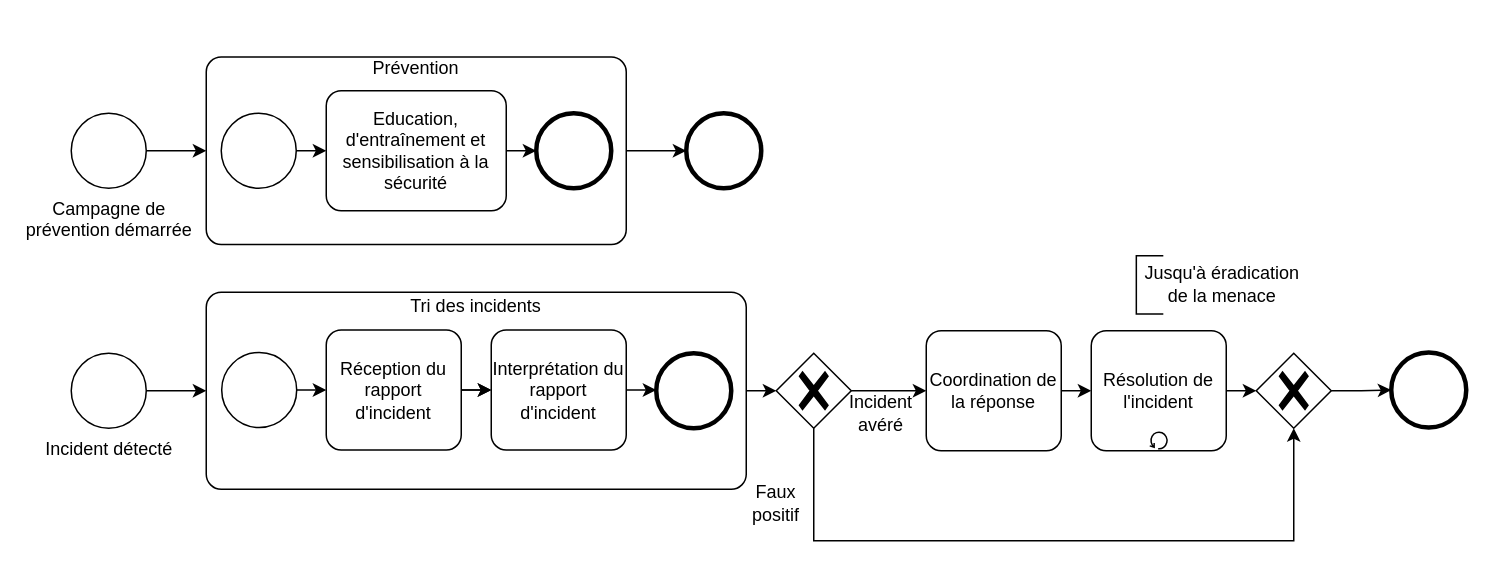
The draw.io diagram standards/RFC2350.drawio in netmme/cyber-diagramme-d-activites, before the edit. Source tidied: cells renumbered, new cells numbered last; positions are measured from the earlier drawing's top-left corner, leaving out a move shared by most shapes. Both pictures are drawn from the tidied source at 150%, with x=0, y=0 at pixel (70, 45).
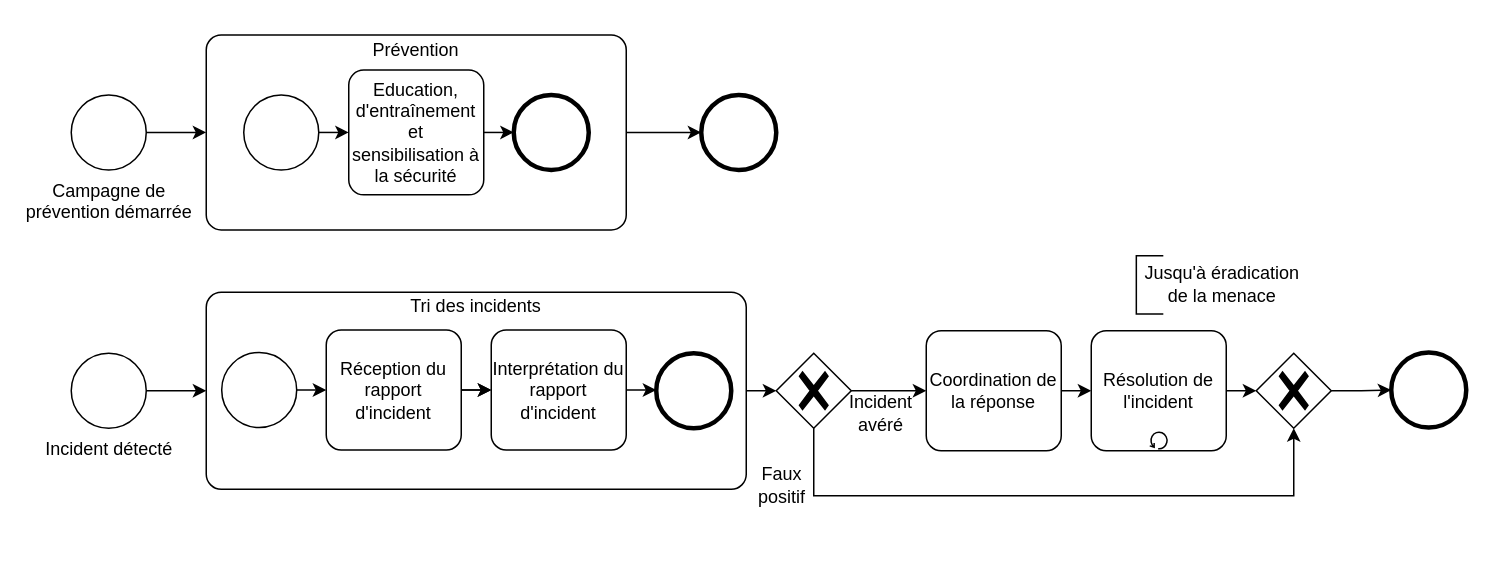
The same page after the edit.

The change refers to these unchanged cells:
```xml
<mxCell id="4" style="points=[[0.25,0.25,0],[0.5,0,0],[0.75,0.25,0],[1,0.5,0],[0.75,0.75,0],[0.5,1,0],[0.25,0.75,0],[0,0.5,0]];shape=mxgraph.bpmn.gateway2;html=1;verticalLabelPosition=bottom;labelBackgroundColor=#ffffff;verticalAlign=top;align=center;perimeter=rhombusPerimeter;outlineConnect=0;outline=none;symbol=none;gwType=exclusive;" parent="1" vertex="1">
  <mxGeometry x="790" y="205" width="50" height="50" as="geometry" />
</mxCell>
<mxCell id="7" style="points=[[0.25,0.25,0],[0.5,0,0],[0.75,0.25,0],[1,0.5,0],[0.75,0.75,0],[0.5,1,0],[0.25,0.75,0],[0,0.5,0]];shape=mxgraph.bpmn.gateway2;html=1;verticalLabelPosition=bottom;labelBackgroundColor=#ffffff;verticalAlign=top;align=center;perimeter=rhombusPerimeter;outlineConnect=0;outline=none;symbol=none;gwType=exclusive;" parent="1" vertex="1">
  <mxGeometry x="470" y="205" width="50" height="50" as="geometry" />
</mxCell>
```

Diff of the diagram source:
```diff
@@
     <mxCell id="5" style="edgeStyle=orthogonalEdgeStyle;rounded=0;jettySize=auto;html=1;exitX=0.5;exitY=1;exitDx=0;exitDy=0;exitPerimeter=0;entryX=0.5;entryY=1;entryDx=0;entryDy=0;entryPerimeter=0;" parent="1" edge="1" source="7" target="4">
       <mxGeometry relative="1" as="geometry">
         <Array as="points">
-          <mxPoint x="495" y="330" />
-          <mxPoint x="815" y="330" />
+          <mxPoint x="495" y="300" />
+          <mxPoint x="815" y="300" />
         </Array>
       </mxGeometry>
     </mxCell>
@@
     <mxCell id="15" value="Faux positif" style="text;html=1;strokeColor=none;fillColor=none;align=center;verticalAlign=middle;whiteSpace=wrap;rounded=0;" parent="1" vertex="1">
-      <mxGeometry x="440" y="290" width="60" height="30" as="geometry" />
+      <mxGeometry x="444" y="278" width="60" height="30" as="geometry" />
     </mxCell>
@@
     <mxCell id="31" style="points=[[0.25,0,0],[0.5,0,0],[0.75,0,0],[1,0.25,0],[1,0.5,0],[1,0.75,0],[0.75,1,0],[0.5,1,0],[0.25,1,0],[0,0.75,0],[0,0.5,0],[0,0.25,0]];shape=mxgraph.bpmn.task;whiteSpace=wrap;rectStyle=rounded;size=10;html=1;taskMarker=abstract;" parent="1" vertex="1">
-      <mxGeometry x="90" y="7.5" width="280" height="125" as="geometry" />
+      <mxGeometry x="90" y="-7.2" width="280" height="130" as="geometry" />
     </mxCell>
+    <mxCell id="39" style="edgeStyle=orthogonalEdgeStyle;rounded=0;jettySize=auto;html=1;exitX=1;exitY=0.5;exitDx=0;exitDy=0;exitPerimeter=0;entryX=0;entryY=0.5;entryDx=0;entryDy=0;entryPerimeter=0;" parent="1" edge="1" source="40" target="31">
+      <mxGeometry relative="1" as="geometry" />
+    </mxCell>
+    <mxCell id="40" value="Campagne de&lt;br&gt;prévention démarrée" style="points=[[0.145,0.145,0],[0.5,0,0],[0.855,0.145,0],[1,0.5,0],[0.855,0.855,0],[0.5,1,0],[0.145,0.855,0],[0,0.5,0]];shape=mxgraph.bpmn.event;html=1;verticalLabelPosition=bottom;labelBackgroundColor=#ffffff;verticalAlign=top;align=center;perimeter=ellipsePerimeter;outlineConnect=0;outline=standard;symbol=general;" parent="1" vertex="1">
+      <mxGeometry y="32.8" width="50" height="50" as="geometry" />
+    </mxCell>
+    <mxCell id="41" style="points=[[0.145,0.145,0],[0.5,0,0],[0.855,0.145,0],[1,0.5,0],[0.855,0.855,0],[0.5,1,0],[0.145,0.855,0],[0,0.5,0]];shape=mxgraph.bpmn.event;html=1;verticalLabelPosition=bottom;labelBackgroundColor=#ffffff;verticalAlign=top;align=center;perimeter=ellipsePerimeter;outlineConnect=0;outline=end;symbol=terminate2;" parent="1" vertex="1">
+      <mxGeometry x="420" y="32.8" width="50" height="50" as="geometry" />
+    </mxCell>
+    <mxCell id="42" style="edgeStyle=orthogonalEdgeStyle;rounded=0;jettySize=auto;html=1;exitX=1;exitY=0.5;exitDx=0;exitDy=0;exitPerimeter=0;entryX=0;entryY=0.5;entryDx=0;entryDy=0;entryPerimeter=0;" parent="1" edge="1" source="31" target="41">
+      <mxGeometry relative="1" as="geometry" />
+    </mxCell>
-    <mxCell id="32" value="&lt;div&gt;Prévention&lt;/div&gt;" style="text;html=1;strokeColor=none;fillColor=none;align=center;verticalAlign=middle;whiteSpace=wrap;rounded=0;" parent="31" vertex="1">
-      <mxGeometry x="95.8" y="-7.5" width="88.4" height="30" as="geometry" />
+    <mxCell id="32" value="&lt;div&gt;Prévention&lt;/div&gt;" style="text;html=1;strokeColor=none;fillColor=none;align=center;verticalAlign=middle;whiteSpace=wrap;rounded=0;" parent="1" vertex="1">
+      <mxGeometry x="185.8" y="-13" width="88.4" height="31.2" as="geometry" />
     </mxCell>
-    <mxCell id="33" style="group;" parent="31" vertex="1">
-      <mxGeometry x="10" y="22.5" width="260" height="80" as="geometry" />
-    </mxCell>
-    <mxCell id="34" style="points=[[0.145,0.145,0],[0.5,0,0],[0.855,0.145,0],[1,0.5,0],[0.855,0.855,0],[0.5,1,0],[0.145,0.855,0],[0,0.5,0]];shape=mxgraph.bpmn.event;html=1;verticalLabelPosition=bottom;labelBackgroundColor=#ffffff;verticalAlign=top;align=center;perimeter=ellipsePerimeter;outlineConnect=0;outline=end;symbol=terminate2;" parent="33" vertex="1">
-      <mxGeometry x="210" y="15" width="50" height="50" as="geometry" />
+    <mxCell id="34" style="points=[[0.145,0.145,0],[0.5,0,0],[0.855,0.145,0],[1,0.5,0],[0.855,0.855,0],[0.5,1,0],[0.145,0.855,0],[0,0.5,0]];shape=mxgraph.bpmn.event;html=1;verticalLabelPosition=bottom;labelBackgroundColor=#ffffff;verticalAlign=top;align=center;perimeter=ellipsePerimeter;outlineConnect=0;outline=end;symbol=terminate2;" parent="1" vertex="1">
+      <mxGeometry x="295" y="32.8" width="50" height="50" as="geometry" />
     </mxCell>
-    <mxCell id="35" style="points=[[0.145,0.145,0],[0.5,0,0],[0.855,0.145,0],[1,0.5,0],[0.855,0.855,0],[0.5,1,0],[0.145,0.855,0],[0,0.5,0]];shape=mxgraph.bpmn.event;html=1;verticalLabelPosition=bottom;labelBackgroundColor=#ffffff;verticalAlign=top;align=center;perimeter=ellipsePerimeter;outlineConnect=0;outline=standard;symbol=general;" parent="33" vertex="1">
-      <mxGeometry y="15" width="50" height="50" as="geometry" />
+    <mxCell id="35" style="points=[[0.145,0.145,0],[0.5,0,0],[0.855,0.145,0],[1,0.5,0],[0.855,0.855,0],[0.5,1,0],[0.145,0.855,0],[0,0.5,0]];shape=mxgraph.bpmn.event;html=1;verticalLabelPosition=bottom;labelBackgroundColor=#ffffff;verticalAlign=top;align=center;perimeter=ellipsePerimeter;outlineConnect=0;outline=standard;symbol=general;" parent="1" vertex="1">
+      <mxGeometry x="115" y="32.8" width="50" height="50" as="geometry" />
     </mxCell>
-    <mxCell id="36" style="edgeStyle=orthogonalEdgeStyle;rounded=0;jettySize=auto;html=1;exitX=1;exitY=0.5;exitDx=0;exitDy=0;exitPerimeter=0;entryX=0;entryY=0.5;entryDx=0;entryDy=0;entryPerimeter=0;" parent="33" edge="1" source="37" target="34">
+    <mxCell id="36" style="edgeStyle=orthogonalEdgeStyle;rounded=0;jettySize=auto;html=1;exitX=1;exitY=0.5;exitDx=0;exitDy=0;exitPerimeter=0;entryX=0;entryY=0.5;entryDx=0;entryDy=0;entryPerimeter=0;" parent="1" edge="1" source="37" target="34">
       <mxGeometry relative="1" as="geometry" />
     </mxCell>
-    <mxCell id="37" value="Education, d'entraînement et sensibilisation à la sécurité" style="points=[[0.25,0,0],[0.5,0,0],[0.75,0,0],[1,0.25,0],[1,0.5,0],[1,0.75,0],[0.75,1,0],[0.5,1,0],[0.25,1,0],[0,0.75,0],[0,0.5,0],[0,0.25,0]];shape=mxgraph.bpmn.task;whiteSpace=wrap;rectStyle=rounded;size=10;html=1;taskMarker=abstract;" parent="33" vertex="1">
-      <mxGeometry x="70" width="120" height="80" as="geometry" />
+    <mxCell id="37" value="Education, d'entraînement et sensibilisation à la sécurité" style="points=[[0.25,0,0],[0.5,0,0],[0.75,0,0],[1,0.25,0],[1,0.5,0],[1,0.75,0],[0.75,1,0],[0.5,1,0],[0.25,1,0],[0,0.75,0],[0,0.5,0],[0,0.25,0]];shape=mxgraph.bpmn.task;whiteSpace=wrap;rectStyle=rounded;size=10;html=1;taskMarker=abstract;" parent="1" vertex="1">
+      <mxGeometry x="185" y="16.2" width="90" height="83.2" as="geometry" />
     </mxCell>
-    <mxCell id="38" style="edgeStyle=orthogonalEdgeStyle;rounded=0;jettySize=auto;html=1;exitX=1;exitY=0.5;exitDx=0;exitDy=0;exitPerimeter=0;entryX=0;entryY=0.5;entryDx=0;entryDy=0;entryPerimeter=0;" parent="33" edge="1" source="35" target="37">
+    <mxCell id="38" style="edgeStyle=orthogonalEdgeStyle;rounded=0;jettySize=auto;html=1;exitX=1;exitY=0.5;exitDx=0;exitDy=0;exitPerimeter=0;entryX=0;entryY=0.5;entryDx=0;entryDy=0;entryPerimeter=0;" parent="1" edge="1" source="35" target="37">
       <mxGeometry relative="1" as="geometry" />
     </mxCell>
-    <mxCell id="39" style="edgeStyle=orthogonalEdgeStyle;rounded=0;jettySize=auto;html=1;exitX=1;exitY=0.5;exitDx=0;exitDy=0;exitPerimeter=0;entryX=0;entryY=0.5;entryDx=0;entryDy=0;entryPerimeter=0;" parent="1" edge="1" source="40" target="31">
-      <mxGeometry relative="1" as="geometry" />
-    </mxCell>
-    <mxCell id="40" value="Campagne de&lt;br&gt;prévention démarrée" style="points=[[0.145,0.145,0],[0.5,0,0],[0.855,0.145,0],[1,0.5,0],[0.855,0.855,0],[0.5,1,0],[0.145,0.855,0],[0,0.5,0]];shape=mxgraph.bpmn.event;html=1;verticalLabelPosition=bottom;labelBackgroundColor=#ffffff;verticalAlign=top;align=center;perimeter=ellipsePerimeter;outlineConnect=0;outline=standard;symbol=general;" parent="1" vertex="1">
-      <mxGeometry y="45" width="50" height="50" as="geometry" />
-    </mxCell>
-    <mxCell id="41" style="points=[[0.145,0.145,0],[0.5,0,0],[0.855,0.145,0],[1,0.5,0],[0.855,0.855,0],[0.5,1,0],[0.145,0.855,0],[0,0.5,0]];shape=mxgraph.bpmn.event;html=1;verticalLabelPosition=bottom;labelBackgroundColor=#ffffff;verticalAlign=top;align=center;perimeter=ellipsePerimeter;outlineConnect=0;outline=end;symbol=terminate2;" parent="1" vertex="1">
-      <mxGeometry x="410" y="45" width="50" height="50" as="geometry" />
-    </mxCell>
-    <mxCell id="42" style="edgeStyle=orthogonalEdgeStyle;rounded=0;jettySize=auto;html=1;exitX=1;exitY=0.5;exitDx=0;exitDy=0;exitPerimeter=0;entryX=0;entryY=0.5;entryDx=0;entryDy=0;entryPerimeter=0;" parent="1" edge="1" source="31" target="41">
-      <mxGeometry relative="1" as="geometry" />
-    </mxCell>
```
